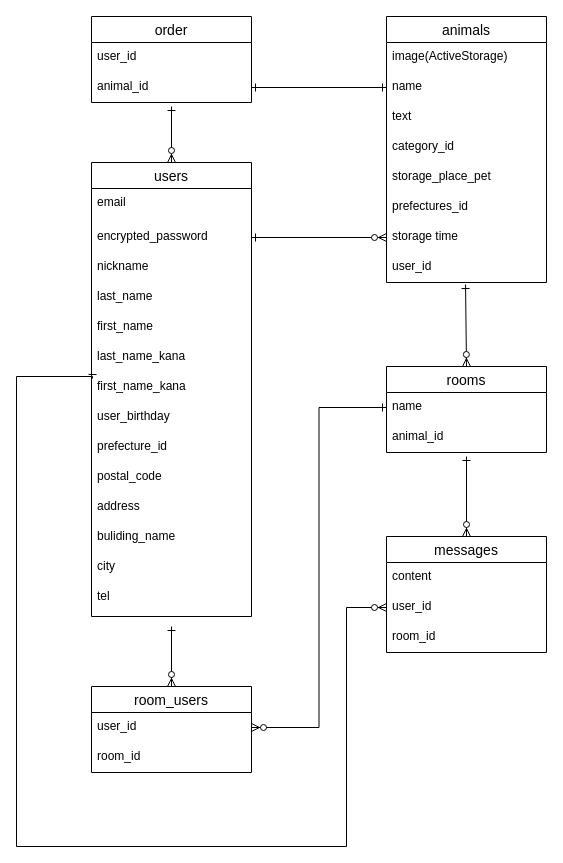
Before: ER.dio in Nobutaka333/animalentrust, a draw.io diagram. Source tidied: cells renumbered, new cells numbered last; positions are measured from the earlier drawing's top-left corner, leaving out a move shared by most shapes. Both pictures are drawn from the tidied source at 100%, with x=0, y=0 at pixel (16, 16).
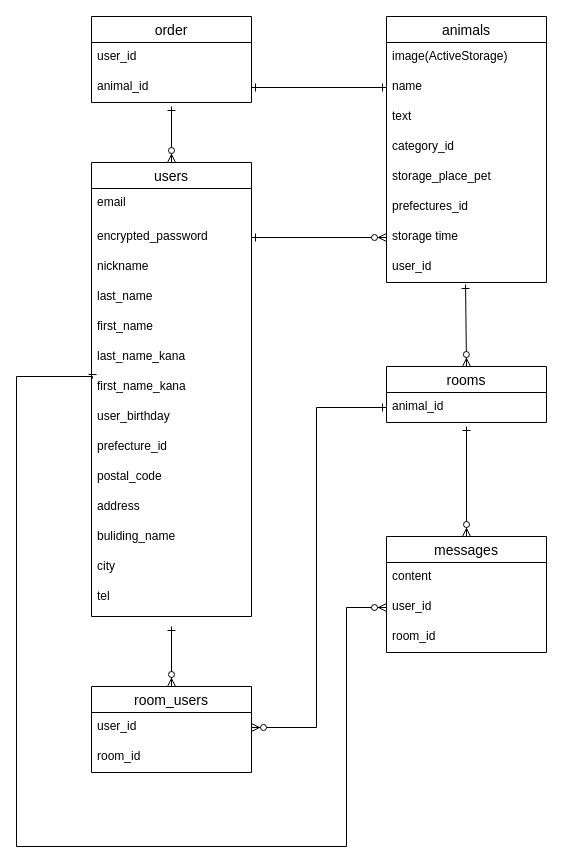
Above is the later version.

The change refers to these unchanged cells:
```xml
<mxCell id="20" value="user_id" style="text;strokeColor=none;fillColor=none;spacingLeft=4;spacingRight=4;overflow=hidden;points=[[0,0.5],[1,0.5]];portConstraint=eastwest;fontSize=12;" parent="19" vertex="1">
  <mxGeometry y="26" width="160" height="30" as="geometry" />
</mxCell>
<mxCell id="23" value="messages" style="swimlane;fontStyle=0;horizontal=1;startSize=26;align=center;fontSize=14;" parent="1" vertex="1">
  <mxGeometry x="370" y="520" width="160" height="116" as="geometry" />
</mxCell>
```

The edit, as a diff of the source:
```diff
@@
     <mxCell id="15" value="rooms" style="swimlane;fontStyle=0;horizontal=1;startSize=26;align=center;fontSize=14;" parent="1" vertex="1">
-      <mxGeometry x="370" y="350" width="160" height="86" as="geometry" />
+      <mxGeometry x="370" y="350" width="160" height="56" as="geometry" />
     </mxCell>
-    <mxCell id="16" value="name" style="text;strokeColor=none;fillColor=none;spacingLeft=4;spacingRight=4;overflow=hidden;points=[[0,0.5],[1,0.5]];portConstraint=eastwest;fontSize=12;" parent="15" vertex="1">
-      <mxGeometry y="26" width="160" height="30" as="geometry" />
-    </mxCell>
     <mxCell id="17" value="animal_id" style="text;strokeColor=none;fillColor=none;spacingLeft=4;spacingRight=4;overflow=hidden;fontSize=12;" parent="15" vertex="1">
-      <mxGeometry y="56" width="160" height="30" as="geometry" />
+      <mxGeometry y="26" width="160" height="30" as="geometry" />
     </mxCell>
@@
     <mxCell id="22" style="edgeStyle=orthogonalEdgeStyle;rounded=0;jettySize=auto;html=1;exitX=0.5;exitY=0;exitDx=0;exitDy=0;startArrow=ERzeroToMany;startFill=1;endArrow=ERone;endFill=0;" parent="1" edge="1" source="23">
       <mxGeometry relative="1" as="geometry">
-        <mxPoint x="450" y="440" as="targetPoint" />
+        <mxPoint x="450" y="410" as="targetPoint" />
       </mxGeometry>
     </mxCell>
@@
-    <mxCell id="27" style="edgeStyle=orthogonalEdgeStyle;rounded=0;jettySize=auto;html=1;exitX=1;exitY=0.5;exitDx=0;exitDy=0;entryX=0;entryY=0.5;entryDx=0;entryDy=0;startArrow=ERzeroToMany;startFill=1;endArrow=ERone;endFill=0;" parent="1" edge="1" source="20" target="16">
-      <mxGeometry relative="1" as="geometry" />
+    <mxCell id="27" style="edgeStyle=orthogonalEdgeStyle;rounded=0;jettySize=auto;html=1;exitX=1;exitY=0.5;exitDx=0;exitDy=0;entryX=0;entryY=0.5;entryDx=0;entryDy=0;startArrow=ERzeroToMany;startFill=1;endArrow=ERone;endFill=0;" parent="1" edge="1" source="20">
+      <mxGeometry relative="1" as="geometry">
+        <mxPoint x="370" y="391" as="targetPoint" />
+        <Array as="points">
+          <mxPoint x="300" y="711" />
+          <mxPoint x="300" y="391" />
+        </Array>
+      </mxGeometry>
     </mxCell>
```
